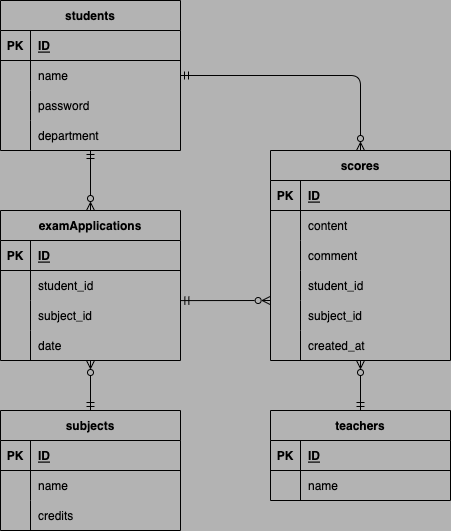
Before: index.drawio.png, a diagram exported from draw.io (daurora-net/20220906ueda). Source tidied: cells renumbered, new cells last; positions are measured from the earlier drawing's top-left corner, leaving out a move shared by most shapes.
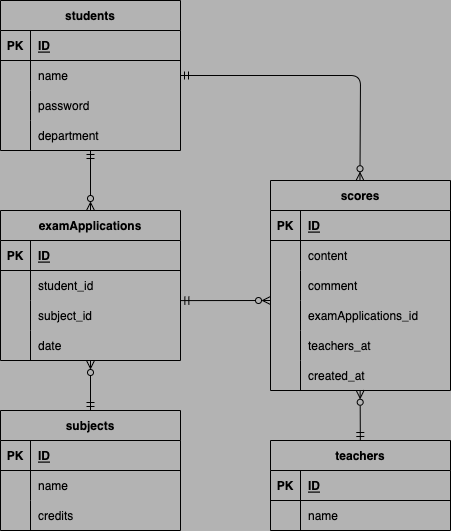
Later version of the same file.

The edit, as a diff of the source:
```diff
@@ -46,13 +46,11 @@
     <mxCell id="15" value="department" style="shape=partialRectangle;fillColor=none;top=0;left=0;bottom=0;right=0;align=left;spacingLeft=6;overflow=hidden;" parent="13" vertex="1">
       <mxGeometry x="30" width="150" height="30" as="geometry" />
     </mxCell>
-    <mxCell id="16" style="edgeStyle=none;rounded=1;html=1;fontColor=#000000;startArrow=ERmandOne;startFill=0;endArrow=ERzeroToMany;endFill=0;" parent="1" edge="1" source="17">
-      <mxGeometry relative="1" as="geometry">
-        <mxPoint x="360" y="360" as="targetPoint" />
-      </mxGeometry>
+    <mxCell id="16" style="edgeStyle=none;rounded=1;html=1;fontColor=#000000;startArrow=ERmandOne;startFill=0;endArrow=ERzeroToMany;endFill=0;entryX=0.498;entryY=0.992;entryDx=0;entryDy=0;entryPerimeter=0;" parent="1" edge="1" source="17" target="69">
+      <mxGeometry relative="1" as="geometry" />
     </mxCell>
     <mxCell id="17" value="teachers" style="shape=table;startSize=30;rowLines=0;fontStyle=1;align=center;fillColor=none;" parent="1" vertex="1">
-      <mxGeometry x="270" y="410" width="180" height="90" as="geometry" />
+      <mxGeometry x="270" y="440" width="180" height="90" as="geometry" />
     </mxCell>
     <mxCell id="18" style="shape=partialRectangle;fillColor=none;top=0;left=0;bottom=1;right=0;" parent="17" vertex="1">
       <mxGeometry y="30" width="180" height="30" as="geometry" />
@@ -115,7 +113,7 @@
       <mxGeometry x="30" width="150" height="30" as="geometry" />
     </mxCell>
     <mxCell id="38" value="scores" style="shape=table;startSize=30;rowLines=0;fontStyle=1;align=center;fillColor=none;" parent="1" vertex="1">
-      <mxGeometry x="270" y="150" width="180" height="210" as="geometry" />
+      <mxGeometry x="270" y="180" width="180" height="210" as="geometry" />
     </mxCell>
     <mxCell id="39" style="shape=partialRectangle;fillColor=none;top=0;left=0;bottom=1;right=0;" parent="38" vertex="1">
       <mxGeometry y="30" width="180" height="30" as="geometry" />
@@ -150,30 +148,29 @@
     <mxCell id="49" style="shape=partialRectangle;fillColor=none;top=0;left=0;bottom=0;right=0;overflow=hidden;" parent="48" vertex="1">
       <mxGeometry width="30" height="30" as="geometry" />
     </mxCell>
-    <mxCell id="50" value="student_id" style="shape=partialRectangle;fillColor=none;top=0;left=0;bottom=0;right=0;align=left;spacingLeft=6;overflow=hidden;" parent="48" vertex="1">
+    <mxCell id="50" value="examApplications_id" style="shape=partialRectangle;fillColor=none;top=0;left=0;bottom=0;right=0;align=left;spacingLeft=6;overflow=hidden;fontStyle=0;" parent="48" vertex="1">
       <mxGeometry x="30" width="150" height="30" as="geometry" />
     </mxCell>
-    <mxCell id="51" style="shape=partialRectangle;fillColor=none;top=0;left=0;bottom=0;right=0;" parent="38" vertex="1">
-      <mxGeometry y="150" width="180" height="30" as="geometry" />
-    </mxCell>
-    <mxCell id="52" style="shape=partialRectangle;fillColor=none;top=0;left=0;bottom=0;right=0;overflow=hidden;" parent="51" vertex="1">
-      <mxGeometry width="30" height="30" as="geometry" />
-    </mxCell>
-    <mxCell id="53" value="subject_id" style="shape=partialRectangle;fillColor=none;top=0;left=0;bottom=0;right=0;align=left;spacingLeft=6;overflow=hidden;" parent="51" vertex="1">
-      <mxGeometry x="30" width="150" height="30" as="geometry" />
-    </mxCell>
     <mxCell id="54" style="shape=partialRectangle;fillColor=none;top=0;left=0;bottom=0;right=0;" parent="38" vertex="1">
-      <mxGeometry y="180" width="180" height="30" as="geometry" />
+      <mxGeometry y="150" width="180" height="30" as="geometry" />
     </mxCell>
     <mxCell id="55" style="shape=partialRectangle;fillColor=none;top=0;left=0;bottom=0;right=0;overflow=hidden;" parent="54" vertex="1">
       <mxGeometry width="30" height="30" as="geometry" />
     </mxCell>
-    <mxCell id="56" value="created_at" style="shape=partialRectangle;fillColor=none;top=0;left=0;bottom=0;right=0;align=left;spacingLeft=6;overflow=hidden;" parent="54" vertex="1">
+    <mxCell id="56" value="teachers_at" style="shape=partialRectangle;fillColor=none;top=0;left=0;bottom=0;right=0;align=left;spacingLeft=6;overflow=hidden;" parent="54" vertex="1">
       <mxGeometry x="30" width="150" height="30" as="geometry" />
     </mxCell>
+    <mxCell id="69" style="shape=partialRectangle;fillColor=none;top=0;left=0;bottom=0;right=0;points=[[0,0.5],[1,0.5]];portConstraint=eastwest;" parent="38" vertex="1">
+      <mxGeometry y="180" width="180" height="30" as="geometry" />
+    </mxCell>
+    <mxCell id="52" style="shape=partialRectangle;fillColor=none;top=0;left=0;bottom=0;right=0;overflow=hidden;" parent="69" vertex="1">
+      <mxGeometry width="30" height="30" as="geometry" />
+    </mxCell>
+    <mxCell id="70" value="created_at" style="shape=partialRectangle;fillColor=none;top=0;left=0;bottom=0;right=0;align=left;spacingLeft=6;overflow=hidden;" parent="69" vertex="1">
+      <mxGeometry x="30" width="150" height="30" as="geometry" />
+    </mxCell>
-    <mxCell id="57" style="edgeStyle=none;rounded=1;html=1;fontColor=#000000;startArrow=ERmandOne;startFill=0;endArrow=ERzeroToMany;endFill=0;" parent="1" edge="1" source="7">
+    <mxCell id="57" style="edgeStyle=none;rounded=1;html=1;fontColor=#000000;startArrow=ERmandOne;startFill=0;endArrow=ERzeroToMany;endFill=0;entryX=0.497;entryY=0.001;entryDx=0;entryDy=0;entryPerimeter=0;" parent="1" edge="1" source="7" target="38">
       <mxGeometry relative="1" as="geometry">
-        <mxPoint x="360" y="150" as="targetPoint" />
         <Array as="points">
           <mxPoint x="360" y="75" />
         </Array>
@@ -209,8 +206,10 @@
     <mxCell id="67" value="credits" style="shape=partialRectangle;fillColor=none;top=0;left=0;bottom=0;right=0;align=left;spacingLeft=6;overflow=hidden;" parent="65" vertex="1">
       <mxGeometry x="30" width="150" height="30" as="geometry" />
     </mxCell>
-    <mxCell id="68" style="edgeStyle=none;html=1;startArrow=ERmandOne;startFill=0;endArrow=ERzeroToMany;endFill=0;exitX=1.002;exitY=0.003;exitDx=0;exitDy=0;exitPerimeter=0;entryX=-0.002;entryY=1;entryDx=0;entryDy=0;entryPerimeter=0;" parent="1" edge="1" source="32" target="48">
-      <mxGeometry relative="1" as="geometry" />
+    <mxCell id="68" style="edgeStyle=none;html=1;startArrow=ERmandOne;startFill=0;endArrow=ERzeroToMany;endFill=0;exitX=1.002;exitY=0.003;exitDx=0;exitDy=0;exitPerimeter=0;" parent="1" edge="1" source="32">
+      <mxGeometry relative="1" as="geometry">
+        <mxPoint x="270" y="300" as="targetPoint" />
+      </mxGeometry>
     </mxCell>
   </root>
 </mxGraphModel>
```
